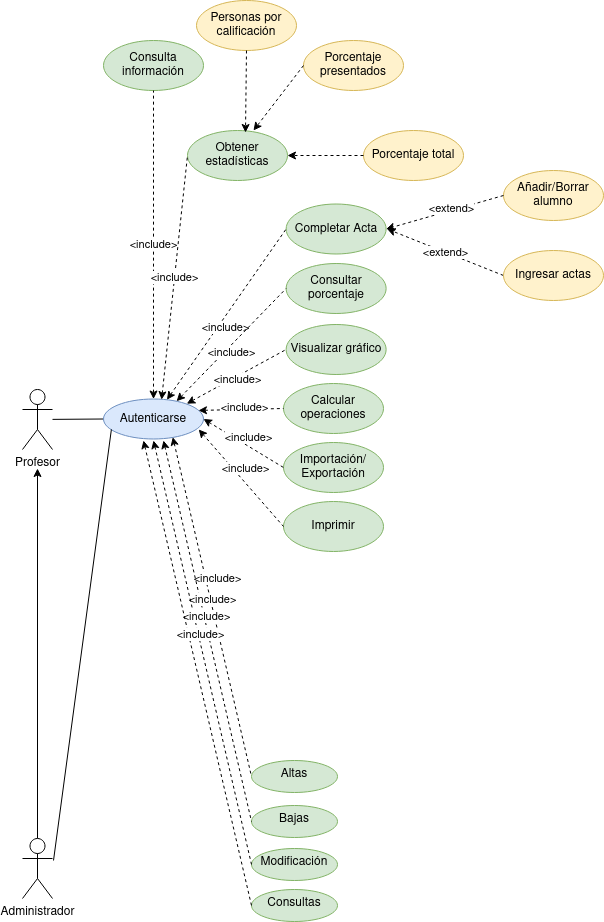
The draw.io diagram Tareas/casosUso/Tarea6-Gestión Profesores/img/GestionProfesores.drawio.png in colidom/ets, before a commit. Source tidied: cells renumbered, new cells last; positions are measured from the earlier drawing's top-left corner, leaving out a move shared by most shapes.
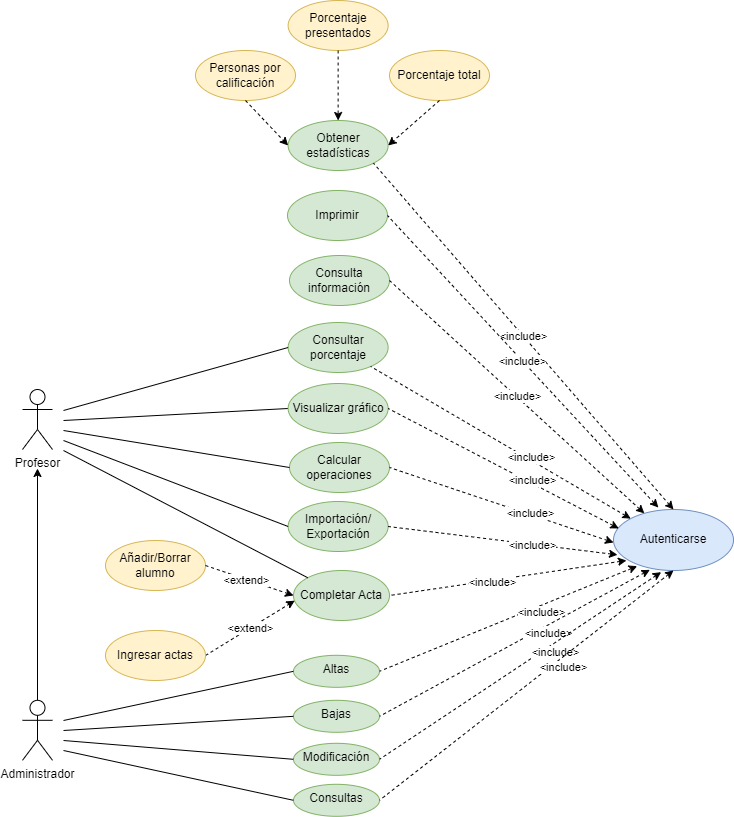
The same diagram one commit later.

Change to the diagram source:
```diff
@@ -2,8 +2,10 @@
   <root>
     <mxCell id="0" />
     <mxCell id="1" parent="0" />
-    <mxCell id="2" style="edgeStyle=none;rounded=0;jettySize=auto;html=1;startArrow=none;startFill=0;endArrow=none;endFill=0;entryX=0;entryY=0.5;entryDx=0;entryDy=0;" parent="1" edge="1" source="3" target="10">
-      <mxGeometry relative="1" as="geometry" />
+    <mxCell id="2" style="edgeStyle=none;rounded=0;jettySize=auto;html=1;startArrow=none;startFill=0;endArrow=none;endFill=0;entryX=0;entryY=0.5;entryDx=0;entryDy=0;" parent="1" edge="1" target="17">
+      <mxGeometry relative="1" as="geometry">
+        <mxPoint x="41" y="420" as="sourcePoint" />
+      </mxGeometry>
     </mxCell>
     <mxCell id="3" value="Profesor" style="shape=umlActor;verticalLabelPosition=bottom;verticalAlign=top;html=1;outlineConnect=0;" parent="1" vertex="1">
       <mxGeometry y="389" width="30" height="60" as="geometry" />
@@ -14,87 +16,80 @@
       </mxGeometry>
     </mxCell>
     <mxCell id="5" value="Administrador" style="shape=umlActor;verticalLabelPosition=bottom;verticalAlign=top;html=1;outlineConnect=0;" parent="1" vertex="1">
-      <mxGeometry y="838" width="30" height="60" as="geometry" />
+      <mxGeometry y="699.8" width="30" height="60" as="geometry" />
     </mxCell>
     <mxCell id="6" value="Completar Acta" style="ellipse;whiteSpace=wrap;html=1;fillColor=#d5e8d4;strokeColor=#82b366;" parent="1" vertex="1">
-      <mxGeometry x="263.6" y="203.5" width="100" height="50" as="geometry" />
+      <mxGeometry x="271" y="570" width="96" height="50" as="geometry" />
     </mxCell>
     <mxCell id="7" value="Añadir/Borrar alumno" style="ellipse;whiteSpace=wrap;html=1;fillColor=#fff2cc;strokeColor=#d6b656;" parent="1" vertex="1">
-      <mxGeometry x="481" y="170" width="100" height="50" as="geometry" />
+      <mxGeometry x="83" y="540" width="100" height="50" as="geometry" />
     </mxCell>
-    <mxCell id="8" value="&amp;lt;extend&amp;gt;" style="edgeStyle=none;rounded=0;jettySize=auto;html=1;dashed=1;startArrow=none;startFill=0;endArrow=classic;endFill=1;entryX=1;entryY=0.5;entryDx=0;entryDy=0;exitX=0;exitY=0.5;exitDx=0;exitDy=0;" parent="1" edge="1" source="9">
-      <mxGeometry relative="1" as="geometry">
-        <mxPoint x="364.6" y="228.5" as="targetPoint" />
-      </mxGeometry>
+    <mxCell id="8" value="&amp;lt;extend&amp;gt;" style="edgeStyle=none;rounded=0;jettySize=auto;html=1;dashed=1;startArrow=none;startFill=0;endArrow=classic;endFill=1;entryX=0.013;entryY=0.603;entryDx=0;entryDy=0;exitX=1;exitY=0.5;exitDx=0;exitDy=0;entryPerimeter=0;" parent="1" edge="1" source="9" target="6">
+      <mxGeometry relative="1" as="geometry" />
     </mxCell>
     <mxCell id="9" value="Ingresar actas" style="ellipse;whiteSpace=wrap;html=1;fillColor=#fff2cc;strokeColor=#d6b656;" parent="1" vertex="1">
-      <mxGeometry x="481" y="250" width="100" height="50" as="geometry" />
+      <mxGeometry x="83" y="630" width="100" height="50" as="geometry" />
     </mxCell>
     <mxCell id="10" value="Autenticarse" style="ellipse;whiteSpace=wrap;html=1;fillColor=#dae8fc;strokeColor=#6c8ebf;" parent="1" vertex="1">
-      <mxGeometry x="81" y="398.5" width="100" height="40" as="geometry" />
+      <mxGeometry x="591" y="509" width="120" height="61" as="geometry" />
     </mxCell>
     <mxCell id="11" value="Consulta información" style="ellipse;whiteSpace=wrap;html=1;fillColor=#d5e8d4;strokeColor=#82b366;" parent="1" vertex="1">
-      <mxGeometry x="81" y="40" width="100" height="50" as="geometry" />
+      <mxGeometry x="267" y="255" width="100" height="50" as="geometry" />
     </mxCell>
     <mxCell id="12" value="Obtener estadísticas" style="ellipse;whiteSpace=wrap;html=1;fillColor=#d5e8d4;strokeColor=#82b366;" parent="1" vertex="1">
-      <mxGeometry x="165" y="130" width="100" height="50" as="geometry" />
+      <mxGeometry x="265.6" y="120" width="100" height="50" as="geometry" />
     </mxCell>
     <mxCell id="13" value="Personas por calificación" style="ellipse;whiteSpace=wrap;html=1;fillColor=#fff2cc;strokeColor=#d6b656;" parent="1" vertex="1">
-      <mxGeometry x="174" width="100" height="50" as="geometry" />
+      <mxGeometry x="173" y="50" width="100" height="50" as="geometry" />
     </mxCell>
     <mxCell id="14" value="Porcentaje presentados" style="ellipse;whiteSpace=wrap;html=1;fillColor=#fff2cc;strokeColor=#d6b656;" parent="1" vertex="1">
-      <mxGeometry x="281" y="40" width="100" height="50" as="geometry" />
+      <mxGeometry x="265.6" width="100" height="50" as="geometry" />
     </mxCell>
     <mxCell id="15" value="Porcentaje total" style="ellipse;whiteSpace=wrap;html=1;fillColor=#fff2cc;strokeColor=#d6b656;" parent="1" vertex="1">
-      <mxGeometry x="341" y="130" width="100" height="50" as="geometry" />
+      <mxGeometry x="367" y="50" width="100" height="50" as="geometry" />
     </mxCell>
     <mxCell id="16" value="Consultar porcentaje" style="ellipse;whiteSpace=wrap;html=1;fillColor=#d5e8d4;strokeColor=#82b366;" parent="1" vertex="1">
-      <mxGeometry x="263.6" y="263" width="100" height="50" as="geometry" />
+      <mxGeometry x="265.6" y="322" width="100" height="50" as="geometry" />
     </mxCell>
     <mxCell id="17" value="Visualizar gráfico" style="ellipse;whiteSpace=wrap;html=1;fillColor=#d5e8d4;strokeColor=#82b366;" parent="1" vertex="1">
-      <mxGeometry x="263.6" y="324" width="100" height="50" as="geometry" />
+      <mxGeometry x="265.6" y="383" width="100" height="50" as="geometry" />
     </mxCell>
     <mxCell id="18" value="Calcular operaciones" style="ellipse;whiteSpace=wrap;html=1;fillColor=#d5e8d4;strokeColor=#82b366;" parent="1" vertex="1">
-      <mxGeometry x="261" y="383" width="100" height="50" as="geometry" />
+      <mxGeometry x="267" y="442" width="100" height="50" as="geometry" />
     </mxCell>
     <mxCell id="19" value="&lt;div&gt;Importación/&lt;/div&gt;&lt;div&gt;Exportación&lt;/div&gt;" style="ellipse;whiteSpace=wrap;html=1;fillColor=#d5e8d4;strokeColor=#82b366;" parent="1" vertex="1">
-      <mxGeometry x="261" y="442" width="100" height="50" as="geometry" />
+      <mxGeometry x="265.6" y="501" width="100" height="50" as="geometry" />
     </mxCell>
-    <mxCell id="20" value="Imprimir" style="ellipse;whiteSpace=wrap;html=1;fillColor=#d5e8d4;strokeColor=#82b366;" parent="1" vertex="1">
-      <mxGeometry x="261" y="501" width="100" height="50" as="geometry" />
-    </mxCell>
-    <mxCell id="21" style="endArrow=none;html=1;rounded=0;dashed=1;entryX=0;entryY=0.5;entryDx=0;entryDy=0;endFill=0;startArrow=classic;startFill=1;" parent="1" edge="1" source="10" target="6">
+    <mxCell id="21" style="endArrow=none;html=1;rounded=0;dashed=1;endFill=0;startArrow=classic;startFill=1;entryX=1;entryY=0.5;entryDx=0;entryDy=0;exitX=0.108;exitY=0.836;exitDx=0;exitDy=0;exitPerimeter=0;" parent="1" edge="1" source="10" target="6">
       <mxGeometry relative="1" as="geometry" />
     </mxCell>
-    <mxCell id="22" value="&amp;lt;include&amp;gt;" style="edgeLabel;html=1;align=center;verticalAlign=middle;" parent="21" vertex="1">
-      <mxGeometry x="-0.17" y="2" relative="1" as="geometry">
-        <mxPoint x="10" as="offset" />
-      </mxGeometry>
-    </mxCell>
+    <mxCell id="53" value="&amp;lt;include&amp;gt;" style="edgeLabel;html=1;align=center;verticalAlign=middle;" parent="21" vertex="1">
+      <mxGeometry x="0.13" y="2" relative="1" as="geometry" />
+    </mxCell>
-    <mxCell id="23" style="edgeStyle=none;rounded=0;jettySize=auto;html=1;dashed=1;startArrow=none;startFill=0;endArrow=classic;endFill=1;entryX=1;entryY=0.5;entryDx=0;entryDy=0;exitX=0;exitY=0.5;exitDx=0;exitDy=0;" parent="1" edge="1" source="7" target="6">
+    <mxCell id="23" style="edgeStyle=none;rounded=0;jettySize=auto;html=1;dashed=1;startArrow=none;startFill=0;endArrow=classic;endFill=1;exitX=1;exitY=0.5;exitDx=0;exitDy=0;entryX=0;entryY=0.5;entryDx=0;entryDy=0;" parent="1" edge="1" source="7" target="6">
       <mxGeometry relative="1" as="geometry" />
     </mxCell>
     <mxCell id="24" value="&amp;lt;extend&amp;gt;" style="edgeLabel;html=1;align=center;verticalAlign=middle;" parent="23" vertex="1">
-      <mxGeometry x="0.22" relative="1" as="geometry">
-        <mxPoint x="19" y="-8" as="offset" />
+      <mxGeometry x="-0.35" y="-2" relative="1" as="geometry">
+        <mxPoint x="13" y="3" as="offset" />
       </mxGeometry>
     </mxCell>
-    <mxCell id="25" value="&amp;lt;include&amp;gt;" style="edgeStyle=none;rounded=0;jettySize=auto;html=1;startArrow=classic;startFill=1;endArrow=none;endFill=0;entryX=0.5;entryY=1;entryDx=0;entryDy=0;exitX=0.5;exitY=0;exitDx=0;exitDy=0;dashed=1;" parent="1" edge="1" source="10" target="11">
+    <mxCell id="25" value="&amp;lt;include&amp;gt;" style="edgeStyle=none;rounded=0;jettySize=auto;html=1;startArrow=classic;startFill=1;endArrow=none;endFill=0;entryX=1;entryY=0.5;entryDx=0;entryDy=0;dashed=1;" parent="1" edge="1" source="10" target="11">
       <mxGeometry relative="1" as="geometry" />
     </mxCell>
-    <mxCell id="26" value="&amp;lt;include&amp;gt;" style="edgeStyle=none;rounded=0;jettySize=auto;html=1;startArrow=classic;startFill=1;endArrow=none;endFill=0;entryX=0;entryY=0.5;entryDx=0;entryDy=0;dashed=1;exitX=0.581;exitY=0.016;exitDx=0;exitDy=0;exitPerimeter=0;" parent="1" edge="1" source="10" target="12">
+    <mxCell id="26" value="&amp;lt;include&amp;gt;" style="edgeStyle=none;rounded=0;jettySize=auto;html=1;startArrow=classic;startFill=1;endArrow=none;endFill=0;entryX=1;entryY=1;entryDx=0;entryDy=0;dashed=1;exitX=0.5;exitY=0;exitDx=0;exitDy=0;" parent="1" edge="1" source="10" target="12">
       <mxGeometry relative="1" as="geometry" />
     </mxCell>
-    <mxCell id="27" style="endArrow=classic;html=1;rounded=0;dashed=1;entryX=1;entryY=0.5;entryDx=0;entryDy=0;exitX=0;exitY=0.5;exitDx=0;exitDy=0;" parent="1" edge="1" source="15" target="12">
+    <mxCell id="27" style="endArrow=classic;html=1;rounded=0;dashed=1;entryX=1;entryY=0.5;entryDx=0;entryDy=0;exitX=0.5;exitY=1;exitDx=0;exitDy=0;" parent="1" edge="1" source="15" target="12">
       <mxGeometry relative="1" as="geometry" />
     </mxCell>
-    <mxCell id="28" style="endArrow=classic;html=1;rounded=0;dashed=1;entryX=0.66;entryY=0;entryDx=0;entryDy=0;exitX=0;exitY=0.5;exitDx=0;exitDy=0;entryPerimeter=0;" parent="1" edge="1" source="14" target="12">
+    <mxCell id="28" style="endArrow=classic;html=1;rounded=0;dashed=1;exitX=0.5;exitY=1;exitDx=0;exitDy=0;entryX=0.5;entryY=0;entryDx=0;entryDy=0;" parent="1" edge="1" source="14" target="12">
       <mxGeometry relative="1" as="geometry" />
     </mxCell>
-    <mxCell id="29" style="endArrow=classic;html=1;rounded=0;dashed=1;exitX=0.5;exitY=1;exitDx=0;exitDy=0;entryX=0.58;entryY=0.04;entryDx=0;entryDy=0;entryPerimeter=0;" parent="1" edge="1" source="13" target="12">
+    <mxCell id="29" style="endArrow=classic;html=1;rounded=0;dashed=1;exitX=0.5;exitY=1;exitDx=0;exitDy=0;entryX=0;entryY=0.5;entryDx=0;entryDy=0;" parent="1" edge="1" source="13" target="12">
       <mxGeometry relative="1" as="geometry" />
     </mxCell>
-    <mxCell id="30" style="endArrow=none;html=1;rounded=0;dashed=1;exitX=0.731;exitY=0.055;exitDx=0;exitDy=0;endFill=0;startArrow=classic;startFill=1;entryX=0;entryY=0.5;entryDx=0;entryDy=0;exitPerimeter=0;" parent="1" edge="1" source="10" target="16">
+    <mxCell id="30" style="endArrow=none;html=1;rounded=0;dashed=1;endFill=0;startArrow=classic;startFill=1;exitX=0;exitY=0;exitDx=0;exitDy=0;" parent="1" edge="1" source="10" target="16">
       <mxGeometry relative="1" as="geometry" />
     </mxCell>
     <mxCell id="31" value="&amp;lt;include&amp;gt;" style="edgeLabel;html=1;align=center;verticalAlign=middle;" parent="30" vertex="1">
@@ -102,7 +97,7 @@
         <mxPoint x="10" as="offset" />
       </mxGeometry>
     </mxCell>
-    <mxCell id="32" style="endArrow=none;html=1;rounded=0;dashed=1;endFill=0;startArrow=classic;startFill=1;entryX=0;entryY=0.5;entryDx=0;entryDy=0;exitX=0.833;exitY=0.117;exitDx=0;exitDy=0;exitPerimeter=0;" parent="1" edge="1" source="10" target="17">
+    <mxCell id="32" style="endArrow=none;html=1;rounded=0;dashed=1;endFill=0;startArrow=classic;startFill=1;entryX=1;entryY=0.5;entryDx=0;entryDy=0;exitX=0.044;exitY=0.311;exitDx=0;exitDy=0;exitPerimeter=0;" parent="1" edge="1" source="10" target="17">
       <mxGeometry relative="1" as="geometry" />
     </mxCell>
     <mxCell id="33" value="&amp;lt;include&amp;gt;" style="edgeLabel;html=1;align=center;verticalAlign=middle;" parent="32" vertex="1">
@@ -110,7 +105,7 @@
         <mxPoint x="10" as="offset" />
       </mxGeometry>
     </mxCell>
-    <mxCell id="34" style="endArrow=none;html=1;rounded=0;dashed=1;endFill=0;startArrow=classic;startFill=1;entryX=0;entryY=0.5;entryDx=0;entryDy=0;exitX=0.95;exitY=0.286;exitDx=0;exitDy=0;exitPerimeter=0;" parent="1" edge="1" source="10" target="18">
+    <mxCell id="34" style="endArrow=none;html=1;rounded=0;dashed=1;endFill=0;startArrow=classic;startFill=1;entryX=1;entryY=0.5;entryDx=0;entryDy=0;exitX=0;exitY=0.541;exitDx=0;exitDy=0;exitPerimeter=0;" parent="1" edge="1" source="10" target="18">
       <mxGeometry relative="1" as="geometry" />
     </mxCell>
     <mxCell id="35" value="&amp;lt;include&amp;gt;" style="edgeLabel;html=1;align=center;verticalAlign=middle;" parent="34" vertex="1">
@@ -118,7 +113,7 @@
         <mxPoint x="10" as="offset" />
       </mxGeometry>
     </mxCell>
-    <mxCell id="36" style="endArrow=none;html=1;rounded=0;dashed=1;endFill=0;startArrow=classic;startFill=1;entryX=0;entryY=0.5;entryDx=0;entryDy=0;exitX=1;exitY=0.5;exitDx=0;exitDy=0;" parent="1" edge="1" source="10" target="19">
+    <mxCell id="36" style="endArrow=none;html=1;rounded=0;dashed=1;endFill=0;startArrow=classic;startFill=1;entryX=1;entryY=0.5;entryDx=0;entryDy=0;exitX=0.033;exitY=0.743;exitDx=0;exitDy=0;exitPerimeter=0;" parent="1" edge="1" source="10" target="19">
       <mxGeometry relative="1" as="geometry" />
     </mxCell>
     <mxCell id="37" value="&amp;lt;include&amp;gt;" style="edgeLabel;html=1;align=center;verticalAlign=middle;" parent="36" vertex="1">
@@ -126,32 +121,24 @@
         <mxPoint x="10" as="offset" />
       </mxGeometry>
     </mxCell>
-    <mxCell id="38" style="endArrow=none;html=1;rounded=0;dashed=1;endFill=0;startArrow=classic;startFill=1;entryX=0;entryY=0.5;entryDx=0;entryDy=0;exitX=0.952;exitY=0.762;exitDx=0;exitDy=0;exitPerimeter=0;" parent="1" edge="1" source="10" target="20">
-      <mxGeometry relative="1" as="geometry" />
-    </mxCell>
-    <mxCell id="39" value="&amp;lt;include&amp;gt;" style="edgeLabel;html=1;align=center;verticalAlign=middle;" parent="38" vertex="1">
-      <mxGeometry x="-0.17" y="2" relative="1" as="geometry">
-        <mxPoint x="10" as="offset" />
-      </mxGeometry>
-    </mxCell>
     <mxCell id="40" value="Altas" style="ellipse;whiteSpace=wrap;html=1;verticalAlign=top;fillColor=#d5e8d4;strokeColor=#82b366;" parent="1" vertex="1">
-      <mxGeometry x="229" y="760" width="86" height="32" as="geometry" />
+      <mxGeometry x="271" y="654.8" width="86" height="32" as="geometry" />
     </mxCell>
     <mxCell id="41" value="Bajas" style="ellipse;whiteSpace=wrap;html=1;verticalAlign=top;fillColor=#d5e8d4;strokeColor=#82b366;" parent="1" vertex="1">
-      <mxGeometry x="229" y="805" width="86" height="32" as="geometry" />
+      <mxGeometry x="271" y="699.8" width="86" height="32" as="geometry" />
     </mxCell>
     <mxCell id="42" value="Modificación" style="ellipse;whiteSpace=wrap;html=1;verticalAlign=top;fillColor=#d5e8d4;strokeColor=#82b366;" parent="1" vertex="1">
-      <mxGeometry x="229" y="848" width="86" height="32" as="geometry" />
+      <mxGeometry x="271" y="742.8" width="86" height="32" as="geometry" />
     </mxCell>
     <mxCell id="43" value="Consultas" style="ellipse;whiteSpace=wrap;html=1;verticalAlign=top;fillColor=#d5e8d4;strokeColor=#82b366;" parent="1" vertex="1">
-      <mxGeometry x="229" y="889" width="86" height="32" as="geometry" />
+      <mxGeometry x="271" y="783.8" width="86" height="32" as="geometry" />
     </mxCell>
-    <mxCell id="44" style="edgeStyle=none;rounded=0;jettySize=auto;html=1;startArrow=none;startFill=0;endArrow=none;endFill=0;entryX=0.079;entryY=0.76;entryDx=0;entryDy=0;entryPerimeter=0;" parent="1" edge="1" target="10">
+    <mxCell id="44" style="edgeStyle=none;rounded=0;jettySize=auto;html=1;startArrow=none;startFill=0;endArrow=none;endFill=0;entryX=0;entryY=0.5;entryDx=0;entryDy=0;" parent="1" edge="1" target="43">
       <mxGeometry relative="1" as="geometry">
-        <mxPoint x="31" y="860" as="sourcePoint" />
+        <mxPoint x="41" y="750" as="sourcePoint" />
       </mxGeometry>
     </mxCell>
-    <mxCell id="45" style="endArrow=none;html=1;rounded=0;dashed=1;endFill=0;startArrow=classic;startFill=1;entryX=0;entryY=0.5;entryDx=0;entryDy=0;exitX=0.693;exitY=0.954;exitDx=0;exitDy=0;exitPerimeter=0;" parent="1" edge="1" source="10" target="40">
+    <mxCell id="45" style="endArrow=none;html=1;rounded=0;dashed=1;endFill=0;startArrow=classic;startFill=1;entryX=1;entryY=0.5;entryDx=0;entryDy=0;exitX=0.197;exitY=0.929;exitDx=0;exitDy=0;exitPerimeter=0;" parent="1" edge="1" source="10" target="40">
       <mxGeometry relative="1" as="geometry" />
     </mxCell>
     <mxCell id="46" value="&amp;lt;include&amp;gt;" style="edgeLabel;html=1;align=center;verticalAlign=middle;" parent="45" vertex="1">
@@ -159,35 +146,70 @@
         <mxPoint x="10" as="offset" />
       </mxGeometry>
     </mxCell>
-    <mxCell id="47" style="endArrow=none;html=1;rounded=0;dashed=1;endFill=0;startArrow=classic;startFill=1;entryX=0;entryY=0.5;entryDx=0;entryDy=0;" parent="1" edge="1" target="41">
-      <mxGeometry relative="1" as="geometry">
-        <mxPoint x="141" y="440" as="sourcePoint" />
-      </mxGeometry>
+    <mxCell id="47" style="endArrow=none;html=1;rounded=0;dashed=1;endFill=0;startArrow=classic;startFill=1;entryX=1;entryY=0.5;entryDx=0;entryDy=0;exitX=0.303;exitY=0.989;exitDx=0;exitDy=0;exitPerimeter=0;" parent="1" edge="1" source="10" target="41">
+      <mxGeometry relative="1" as="geometry" />
     </mxCell>
     <mxCell id="48" value="&amp;lt;include&amp;gt;" style="edgeLabel;html=1;align=center;verticalAlign=middle;" parent="47" vertex="1">
       <mxGeometry x="-0.17" y="2" relative="1" as="geometry">
         <mxPoint x="10" as="offset" />
       </mxGeometry>
     </mxCell>
-    <mxCell id="49" style="endArrow=none;html=1;rounded=0;dashed=1;endFill=0;startArrow=classic;startFill=1;entryX=0;entryY=0.5;entryDx=0;entryDy=0;" parent="1" edge="1" target="42">
-      <mxGeometry relative="1" as="geometry">
-        <mxPoint x="131" y="440" as="sourcePoint" />
-      </mxGeometry>
+    <mxCell id="49" style="endArrow=none;html=1;rounded=0;dashed=1;endFill=0;startArrow=classic;startFill=1;entryX=1;entryY=0.5;entryDx=0;entryDy=0;exitX=0.397;exitY=1.027;exitDx=0;exitDy=0;exitPerimeter=0;" parent="1" edge="1" source="10" target="42">
+      <mxGeometry relative="1" as="geometry" />
     </mxCell>
     <mxCell id="50" value="&amp;lt;include&amp;gt;" style="edgeLabel;html=1;align=center;verticalAlign=middle;" parent="49" vertex="1">
       <mxGeometry x="-0.17" y="2" relative="1" as="geometry">
         <mxPoint x="10" as="offset" />
       </mxGeometry>
     </mxCell>
-    <mxCell id="51" style="endArrow=none;html=1;rounded=0;dashed=1;endFill=0;startArrow=classic;startFill=1;entryX=0;entryY=0.5;entryDx=0;entryDy=0;" parent="1" edge="1" target="43">
-      <mxGeometry relative="1" as="geometry">
-        <mxPoint x="121" y="440" as="sourcePoint" />
-      </mxGeometry>
+    <mxCell id="51" style="endArrow=none;html=1;rounded=0;dashed=1;endFill=0;startArrow=classic;startFill=1;entryX=1;entryY=0.5;entryDx=0;entryDy=0;exitX=0.5;exitY=1;exitDx=0;exitDy=0;" parent="1" edge="1" source="10" target="43">
+      <mxGeometry relative="1" as="geometry" />
     </mxCell>
     <mxCell id="52" value="&amp;lt;include&amp;gt;" style="edgeLabel;html=1;align=center;verticalAlign=middle;" parent="51" vertex="1">
       <mxGeometry x="-0.17" y="2" relative="1" as="geometry">
         <mxPoint x="10" as="offset" />
       </mxGeometry>
     </mxCell>
+    <mxCell id="54" style="edgeStyle=none;rounded=0;jettySize=auto;html=1;startArrow=none;startFill=0;endArrow=none;endFill=0;entryX=0;entryY=0.5;entryDx=0;entryDy=0;" parent="1" edge="1" target="42">
+      <mxGeometry relative="1" as="geometry">
+        <mxPoint x="41" y="740" as="sourcePoint" />
+      </mxGeometry>
+    </mxCell>
+    <mxCell id="55" style="edgeStyle=none;rounded=0;jettySize=auto;html=1;startArrow=none;startFill=0;endArrow=none;endFill=0;entryX=0;entryY=0.5;entryDx=0;entryDy=0;" parent="1" edge="1" target="41">
+      <mxGeometry relative="1" as="geometry">
+        <mxPoint x="41" y="730" as="sourcePoint" />
+      </mxGeometry>
+    </mxCell>
+    <mxCell id="56" style="edgeStyle=none;rounded=0;jettySize=auto;html=1;startArrow=none;startFill=0;endArrow=none;endFill=0;entryX=0;entryY=0.5;entryDx=0;entryDy=0;" parent="1" edge="1" target="40">
+      <mxGeometry relative="1" as="geometry">
+        <mxPoint x="41" y="720" as="sourcePoint" />
+      </mxGeometry>
+    </mxCell>
+    <mxCell id="57" style="edgeStyle=none;rounded=0;jettySize=auto;html=1;startArrow=none;startFill=0;endArrow=none;endFill=0;entryX=0;entryY=0.5;entryDx=0;entryDy=0;" parent="1" edge="1" target="18">
+      <mxGeometry relative="1" as="geometry">
+        <mxPoint x="41" y="430" as="sourcePoint" />
+      </mxGeometry>
+    </mxCell>
+    <mxCell id="58" style="edgeStyle=none;rounded=0;jettySize=auto;html=1;startArrow=none;startFill=0;endArrow=none;endFill=0;entryX=0;entryY=0.5;entryDx=0;entryDy=0;" parent="1" edge="1" target="19">
+      <mxGeometry relative="1" as="geometry">
+        <mxPoint x="41" y="440" as="sourcePoint" />
+      </mxGeometry>
+    </mxCell>
+    <mxCell id="59" style="edgeStyle=none;rounded=0;jettySize=auto;html=1;startArrow=none;startFill=0;endArrow=none;endFill=0;entryX=0;entryY=0;entryDx=0;entryDy=0;" parent="1" edge="1" target="6">
+      <mxGeometry relative="1" as="geometry">
+        <mxPoint x="41" y="450" as="sourcePoint" />
+      </mxGeometry>
+    </mxCell>
+    <mxCell id="60" style="edgeStyle=none;rounded=0;jettySize=auto;html=1;startArrow=none;startFill=0;endArrow=none;endFill=0;entryX=0;entryY=0.5;entryDx=0;entryDy=0;" parent="1" edge="1" target="16">
+      <mxGeometry relative="1" as="geometry">
+        <mxPoint x="41" y="410" as="sourcePoint" />
+      </mxGeometry>
+    </mxCell>
+    <mxCell id="20" value="Imprimir" style="ellipse;whiteSpace=wrap;html=1;fillColor=#d5e8d4;strokeColor=#82b366;" parent="1" vertex="1">
+      <mxGeometry x="265" y="190" width="100" height="50" as="geometry" />
+    </mxCell>
+    <mxCell id="38" value="&amp;lt;include&amp;gt;" style="edgeStyle=none;rounded=0;jettySize=auto;html=1;startArrow=classic;startFill=1;endArrow=none;endFill=0;entryX=1;entryY=0.5;entryDx=0;entryDy=0;dashed=1;exitX=0.374;exitY=-0.032;exitDx=0;exitDy=0;exitPerimeter=0;" parent="1" edge="1" source="10" target="20">
+      <mxGeometry relative="1" as="geometry" />
+    </mxCell>
   </root>
 </mxGraphModel>
```
